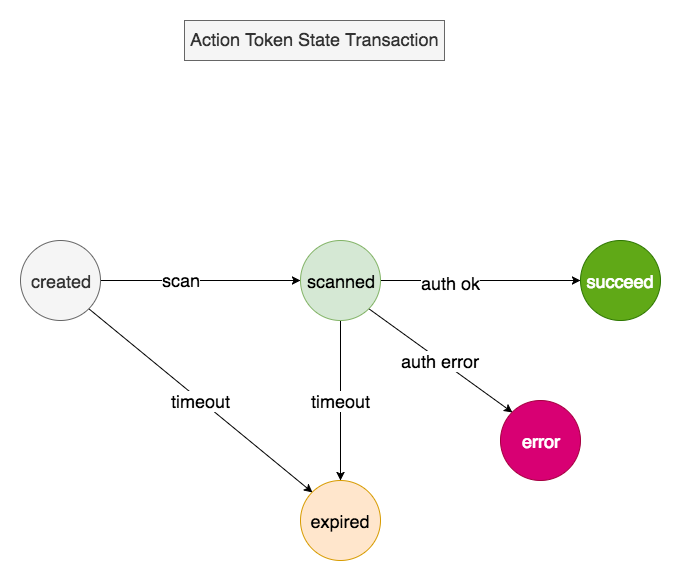
Earlier version of the draw.io export packages/did-auth/docs/states.png (ArcBlock/forge-js). Source tidied: cells renumbered, new cells last; positions are measured from the earlier drawing's top-left corner, leaving out a move shared by most shapes.
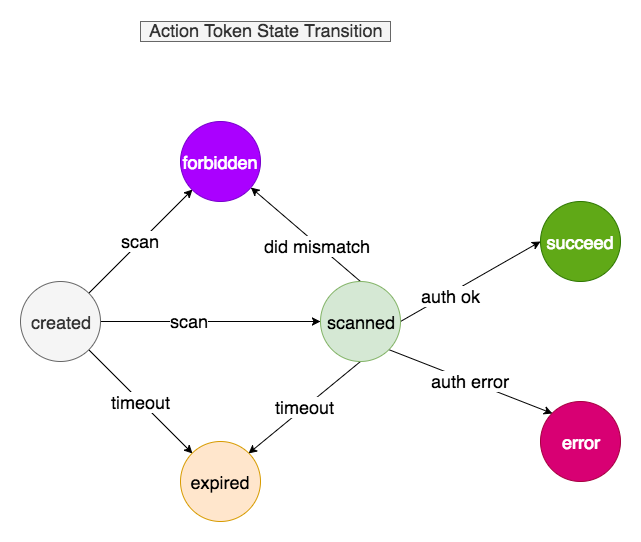
After the commit.

Diff of the diagram source:
```diff
@@ -11,10 +11,13 @@
     <mxCell id="4" value="timeout" style="edgeStyle=none;rounded=0;jettySize=auto;html=1;exitX=1;exitY=1;exitDx=0;exitDy=0;entryX=0;entryY=0;entryDx=0;entryDy=0;startArrow=none;startFill=0;endArrow=classic;endFill=1;fontFamily=Helvetica;fontSize=18;" parent="1" edge="1" source="5" target="12">
       <mxGeometry relative="1" as="geometry" />
     </mxCell>
+    <mxCell id="15" value="scan" style="edgeStyle=none;rounded=0;jettySize=auto;html=1;exitX=1;exitY=0;exitDx=0;exitDy=0;entryX=0;entryY=1;entryDx=0;entryDy=0;fontSize=18;" parent="1" edge="1" source="5" target="18">
+      <mxGeometry relative="1" as="geometry" />
+    </mxCell>
     <mxCell id="5" value="created&lt;div style=&quot;text-align: center&quot;&gt;&lt;/div&gt;" style="ellipse;whiteSpace=wrap;html=1;fontFamily=Helvetica;fontSize=18;align=center;fillColor=#f5f5f5;strokeColor=#666666;fontColor=#333333;" parent="1" vertex="1">
       <mxGeometry y="220" width="80" height="80" as="geometry" />
     </mxCell>
-    <mxCell id="6" style="edgeStyle=orthogonalEdgeStyle;curved=1;rounded=0;jettySize=auto;html=1;exitX=1;exitY=0.5;exitDx=0;exitDy=0;entryX=0;entryY=0.5;entryDx=0;entryDy=0;startArrow=none;startFill=0;endArrow=classic;endFill=1;fontFamily=Helvetica;fontSize=18;" parent="1" edge="1" source="10" target="11">
+    <mxCell id="6" style="rounded=0;jettySize=auto;html=1;exitX=1;exitY=0.5;exitDx=0;exitDy=0;entryX=0;entryY=0.5;entryDx=0;entryDy=0;startArrow=none;startFill=0;endArrow=classic;endFill=1;fontFamily=Helvetica;fontSize=18;" parent="1" edge="1" source="10" target="11">
       <mxGeometry relative="1" as="geometry" />
     </mxCell>
     <mxCell id="7" value="auth ok" style="text;html=1;align=center;verticalAlign=middle;labelBackgroundColor=#ffffff;fontSize=18;fontFamily=Helvetica;horizontal=1;" parent="6" vertex="1">
@@ -23,23 +26,32 @@
     <mxCell id="8" value="auth error" style="rounded=0;jettySize=auto;html=1;exitX=1;exitY=1;exitDx=0;exitDy=0;entryX=0;entryY=0;entryDx=0;entryDy=0;startArrow=none;startFill=0;endArrow=classic;endFill=1;fontFamily=Helvetica;fontSize=18;" parent="1" edge="1" source="10" target="13">
       <mxGeometry relative="1" as="geometry" />
     </mxCell>
-    <mxCell id="9" value="timeout" style="edgeStyle=none;rounded=0;jettySize=auto;html=1;exitX=0.5;exitY=1;exitDx=0;exitDy=0;entryX=0.5;entryY=0;entryDx=0;entryDy=0;startArrow=none;startFill=0;endArrow=classic;endFill=1;fontFamily=Helvetica;fontSize=18;" parent="1" edge="1" source="10" target="12">
+    <mxCell id="9" value="timeout" style="edgeStyle=none;rounded=0;jettySize=auto;html=1;exitX=0.5;exitY=1;exitDx=0;exitDy=0;entryX=1;entryY=0;entryDx=0;entryDy=0;startArrow=none;startFill=0;endArrow=classic;endFill=1;fontFamily=Helvetica;fontSize=18;" parent="1" edge="1" source="10" target="12">
       <mxGeometry relative="1" as="geometry" />
     </mxCell>
+    <mxCell id="16" style="rounded=0;jettySize=auto;html=1;exitX=0.5;exitY=0;exitDx=0;exitDy=0;" parent="1" edge="1" source="10" target="18">
+      <mxGeometry relative="1" as="geometry" />
+    </mxCell>
+    <mxCell id="17" value="did mismatch" style="text;html=1;align=center;verticalAlign=middle;labelBackgroundColor=#ffffff;fontSize=18;" parent="16" vertex="1">
+      <mxGeometry x="-0.21" y="1" relative="1" as="geometry" />
+    </mxCell>
     <mxCell id="10" value="scanned&lt;div style=&quot;text-align: center&quot;&gt;&lt;/div&gt;" style="ellipse;whiteSpace=wrap;html=1;fontFamily=Helvetica;fontSize=18;align=center;fillColor=#d5e8d4;strokeColor=#82b366;" parent="1" vertex="1">
-      <mxGeometry x="280" y="220" width="80" height="80" as="geometry" />
+      <mxGeometry x="300" y="220" width="80" height="80" as="geometry" />
     </mxCell>
     <mxCell id="11" value="succeed&lt;div style=&quot;text-align: center&quot;&gt;&lt;/div&gt;" style="ellipse;whiteSpace=wrap;html=1;fontFamily=Helvetica;fontSize=18;align=center;fillColor=#60a917;strokeColor=#2D7600;fontColor=#ffffff;" parent="1" vertex="1">
-      <mxGeometry x="560" y="220" width="80" height="80" as="geometry" />
+      <mxGeometry x="520" y="140" width="80" height="80" as="geometry" />
     </mxCell>
     <mxCell id="12" value="expired&lt;div style=&quot;text-align: center&quot;&gt;&lt;/div&gt;" style="ellipse;whiteSpace=wrap;html=1;fontFamily=Helvetica;fontSize=18;align=center;fillColor=#ffe6cc;strokeColor=#d79b00;" parent="1" vertex="1">
-      <mxGeometry x="280" y="460" width="80" height="80" as="geometry" />
+      <mxGeometry x="160" y="380" width="80" height="80" as="geometry" />
     </mxCell>
     <mxCell id="13" value="error&lt;div style=&quot;text-align: center&quot;&gt;&lt;/div&gt;" style="ellipse;whiteSpace=wrap;html=1;fontFamily=Helvetica;fontSize=18;align=center;fillColor=#d80073;strokeColor=#A50040;fontColor=#ffffff;" parent="1" vertex="1">
-      <mxGeometry x="480" y="380" width="80" height="80" as="geometry" />
+      <mxGeometry x="520" y="340" width="80" height="80" as="geometry" />
     </mxCell>
-    <mxCell id="14" value="&lt;div style=&quot;text-align: center&quot;&gt;&lt;span&gt;Action Token State Transaction&lt;/span&gt;&lt;/div&gt;" style="text;html=1;align=center;verticalAlign=middle;spacingTop=-4;fontSize=18;fontFamily=Helvetica;fillColor=#f5f5f5;strokeColor=#666666;fontColor=#333333;rounded=0;" parent="1" vertex="1">
-      <mxGeometry x="164" width="260" height="40" as="geometry" />
+    <mxCell id="14" value="&lt;div style=&quot;text-align: center&quot;&gt;&lt;span&gt;Action Token State Transition&lt;/span&gt;&lt;/div&gt;" style="text;html=1;align=center;verticalAlign=middle;spacingTop=-4;fontSize=18;fontFamily=Helvetica;fillColor=#f5f5f5;strokeColor=#666666;fontColor=#333333;rounded=0;" parent="1" vertex="1">
+      <mxGeometry x="120" y="-40" width="250" height="20" as="geometry" />
     </mxCell>
+    <mxCell id="18" value="forbidden&lt;div style=&quot;text-align: center&quot;&gt;&lt;/div&gt;" style="ellipse;whiteSpace=wrap;html=1;fontFamily=Helvetica;fontSize=18;align=center;fillColor=#aa00ff;strokeColor=#7700CC;fontColor=#ffffff;" parent="1" vertex="1">
+      <mxGeometry x="160" y="60" width="80" height="80" as="geometry" />
+    </mxCell>
   </root>
 </mxGraphModel>
```
